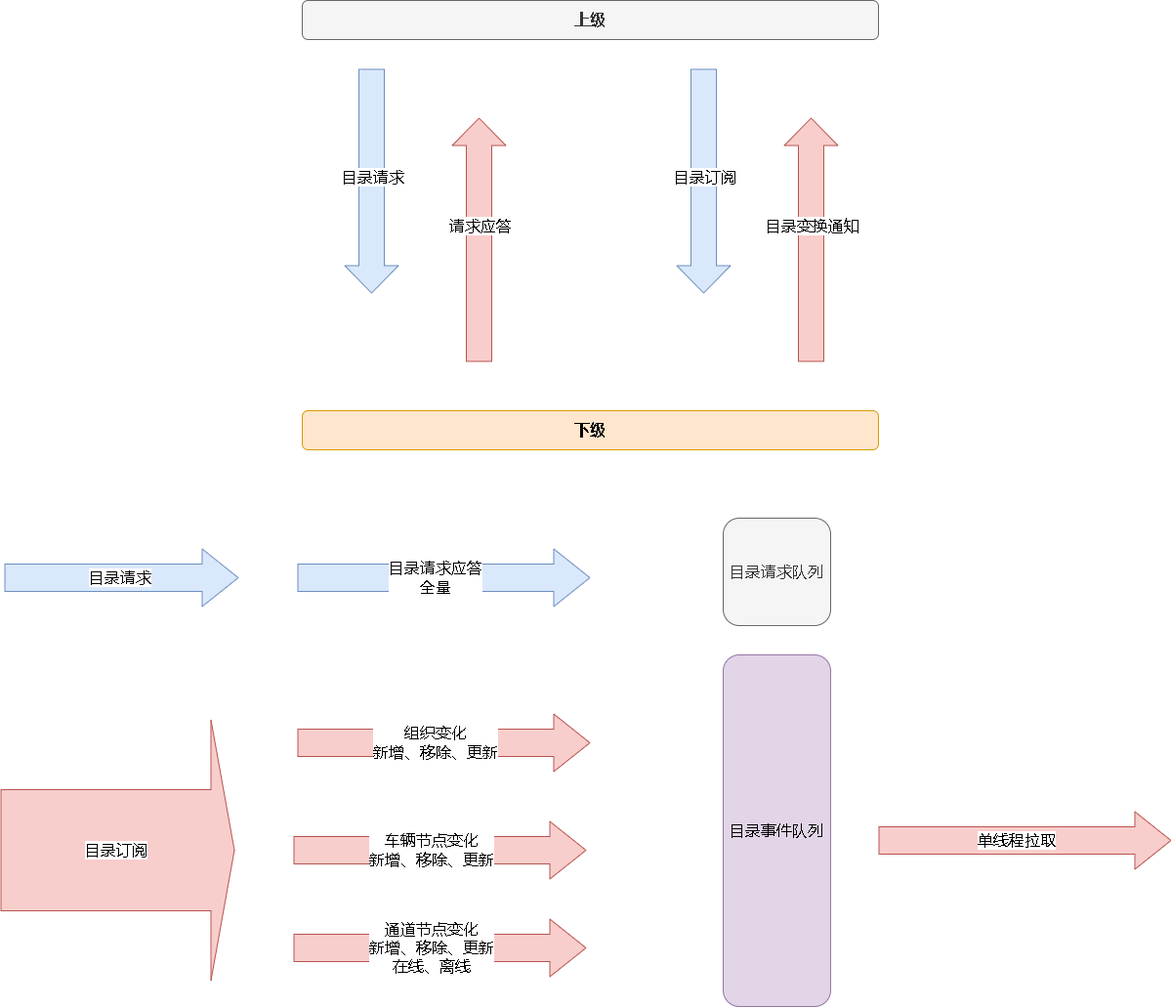
Above: 28181.drawio.png in xktder/draw (draw.io), before the change. Source tidied: cells renumbered, new cells last; positions are measured from the earlier drawing's top-left corner, leaving out a move shared by most shapes.
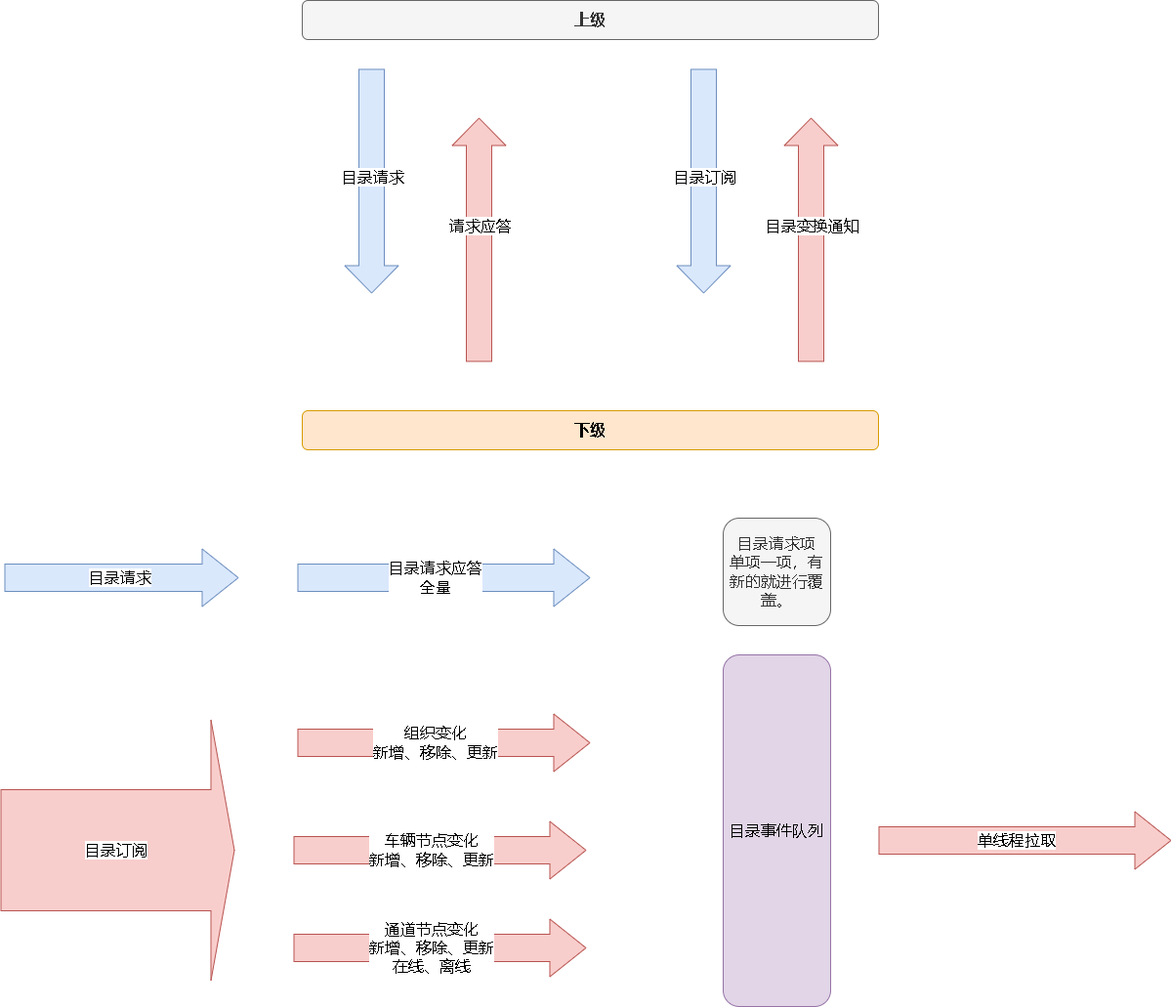
After the change.

What changed in the source:
```diff
@@ -132,7 +132,7 @@
         <mxPoint x="25" as="offset" />
       </mxGeometry>
     </mxCell>
-    <mxCell id="27" value="目录请求队列" style="rounded=1;whiteSpace=wrap;html=1;fontSize=16;fillColor=#f5f5f5;fontColor=#333333;strokeColor=#666666;" parent="1" vertex="1">
+    <mxCell id="27" value="目录请求项&lt;br&gt;单项一项，有新的就进行覆盖。" style="rounded=1;whiteSpace=wrap;html=1;fontSize=16;fillColor=#f5f5f5;fontColor=#333333;strokeColor=#666666;" parent="1" vertex="1">
       <mxGeometry x="740" y="530" width="110" height="110" as="geometry" />
     </mxCell>
   </root>
```
